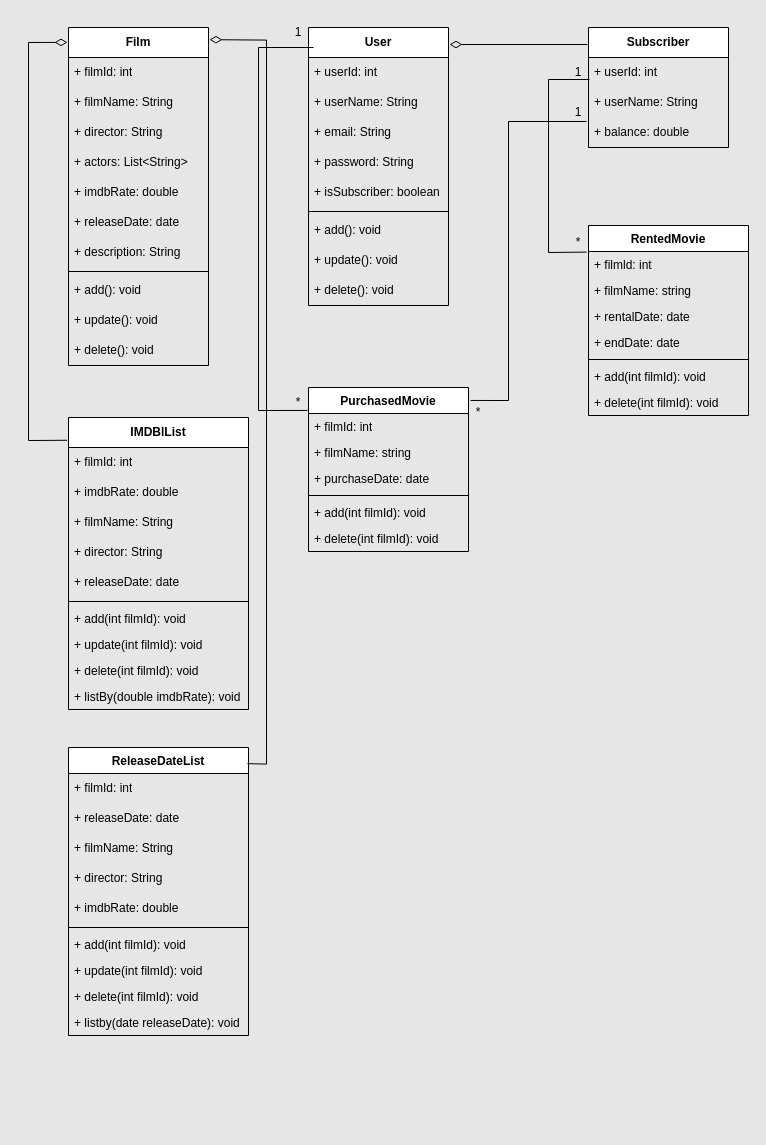
Gundogduu/javaIntro2022 keeps this draw.io diagram as OnlineFilmService.drawio. Above is the earlier version. Source tidied: cells renumbered, new cells numbered last; positions are measured from the earlier drawing's top-left corner, leaving out a move shared by most shapes. Both pictures are drawn from the tidied source at 100%, with x=0, y=0 at pixel (28, 17).
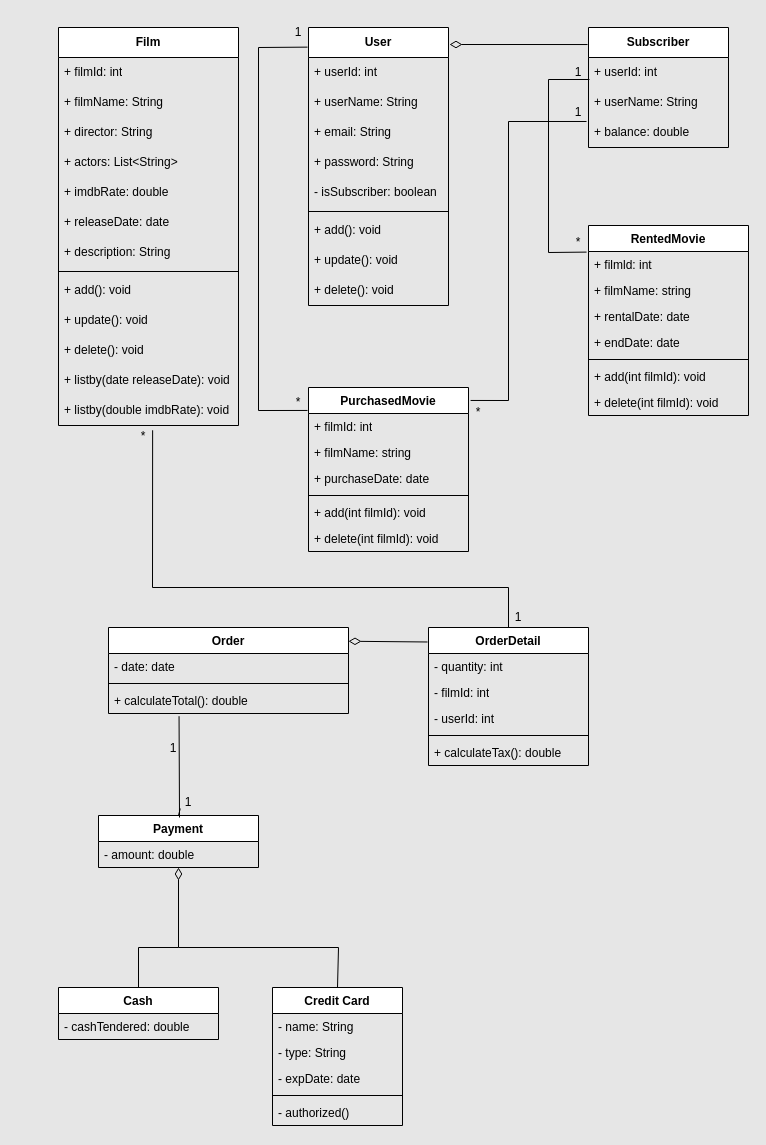
After the change.

Unchanged cells that the change refers to:
```xml
<mxCell id="2" value="&lt;b&gt;User&lt;/b&gt;" style="swimlane;fontStyle=0;horizontal=1;startSize=30;whiteSpace=wrap;html=1;" parent="1" vertex="1">
  <mxGeometry x="280" y="10" width="140" height="278" as="geometry" />
</mxCell>
<mxCell id="48" value="PurchasedMovie" style="swimlane;fontStyle=1;align=center;verticalAlign=top;horizontal=1;startSize=26;whiteSpace=wrap;html=1;" parent="1" vertex="1">
  <mxGeometry x="280" y="370" width="160" height="164" as="geometry" />
</mxCell>
<mxCell id="60" value="1" style="text;html=1;align=center;verticalAlign=middle;whiteSpace=wrap;rounded=0;" parent="1" vertex="1">
  <mxGeometry x="240" width="60" height="30" as="geometry" />
</mxCell>
```

The edit, as a diff of the source:
```diff
@@
-    <mxCell id="7" value="+ isSubscriber: boolean" style="text;strokeColor=none;fillColor=none;align=left;verticalAlign=middle;spacingLeft=4;spacingRight=4;overflow=hidden;whiteSpace=wrap;html=1;" parent="2" vertex="1">
+    <mxCell id="7" value="- isSubscriber: boolean" style="text;strokeColor=none;fillColor=none;align=left;verticalAlign=middle;spacingLeft=4;spacingRight=4;overflow=hidden;whiteSpace=wrap;html=1;" parent="2" vertex="1">
       <mxGeometry y="150" width="140" height="30" as="geometry" />
     </mxCell>
@@
     <mxCell id="17" value="&lt;b&gt;Film&lt;/b&gt;" style="swimlane;fontStyle=0;horizontal=1;startSize=30;whiteSpace=wrap;html=1;" parent="1" vertex="1">
-      <mxGeometry x="40" y="10" width="140" height="338" as="geometry" />
+      <mxGeometry x="30" y="10" width="180" height="398" as="geometry" />
     </mxCell>
     <mxCell id="18" value="+ filmId: int" style="text;strokeColor=none;fillColor=none;align=left;verticalAlign=middle;spacingLeft=4;spacingRight=4;overflow=hidden;whiteSpace=wrap;html=1;" parent="17" vertex="1">
-      <mxGeometry y="30" width="140" height="30" as="geometry" />
+      <mxGeometry y="30" width="180" height="30" as="geometry" />
     </mxCell>
     <mxCell id="19" value="+ filmName: String" style="text;strokeColor=none;fillColor=none;align=left;verticalAlign=middle;spacingLeft=4;spacingRight=4;overflow=hidden;whiteSpace=wrap;html=1;" parent="17" vertex="1">
-      <mxGeometry y="60" width="140" height="30" as="geometry" />
+      <mxGeometry y="60" width="180" height="30" as="geometry" />
     </mxCell>
     <mxCell id="20" value="+ director: String" style="text;strokeColor=none;fillColor=none;align=left;verticalAlign=middle;spacingLeft=4;spacingRight=4;overflow=hidden;whiteSpace=wrap;html=1;" parent="17" vertex="1">
-      <mxGeometry y="90" width="140" height="30" as="geometry" />
+      <mxGeometry y="90" width="180" height="30" as="geometry" />
     </mxCell>
     <mxCell id="21" value="+ actors: List&amp;lt;String&amp;gt;" style="text;strokeColor=none;fillColor=none;align=left;verticalAlign=middle;spacingLeft=4;spacingRight=4;overflow=hidden;whiteSpace=wrap;html=1;" parent="17" vertex="1">
-      <mxGeometry y="120" width="140" height="30" as="geometry" />
+      <mxGeometry y="120" width="180" height="30" as="geometry" />
     </mxCell>
     <mxCell id="22" value="+ imdbRate: double" style="text;strokeColor=none;fillColor=none;align=left;verticalAlign=middle;spacingLeft=4;spacingRight=4;overflow=hidden;whiteSpace=wrap;html=1;" parent="17" vertex="1">
-      <mxGeometry y="150" width="140" height="30" as="geometry" />
+      <mxGeometry y="150" width="180" height="30" as="geometry" />
     </mxCell>
     <mxCell id="23" value="+ releaseDate: date" style="text;strokeColor=none;fillColor=none;align=left;verticalAlign=middle;spacingLeft=4;spacingRight=4;overflow=hidden;whiteSpace=wrap;html=1;" parent="17" vertex="1">
-      <mxGeometry y="180" width="140" height="30" as="geometry" />
+      <mxGeometry y="180" width="180" height="30" as="geometry" />
     </mxCell>
     <mxCell id="24" value="+ description: String" style="text;strokeColor=none;fillColor=none;align=left;verticalAlign=middle;spacingLeft=4;spacingRight=4;overflow=hidden;whiteSpace=wrap;html=1;" parent="17" vertex="1">
-      <mxGeometry y="210" width="140" height="30" as="geometry" />
+      <mxGeometry y="210" width="180" height="30" as="geometry" />
     </mxCell>
     <mxCell id="25" style="line;strokeWidth=1;fillColor=none;align=left;verticalAlign=middle;spacingTop=-1;spacingLeft=3;spacingRight=3;labelPosition=right;strokeColor=inherit;" parent="17" vertex="1">
-      <mxGeometry y="240" width="140" height="8" as="geometry" />
+      <mxGeometry y="240" width="180" height="8" as="geometry" />
     </mxCell>
     <mxCell id="26" value="+ add(): void" style="text;strokeColor=none;fillColor=none;align=left;verticalAlign=middle;spacingLeft=4;spacingRight=4;overflow=hidden;whiteSpace=wrap;html=1;" parent="17" vertex="1">
-      <mxGeometry y="248" width="140" height="30" as="geometry" />
+      <mxGeometry y="248" width="180" height="30" as="geometry" />
     </mxCell>
     <mxCell id="27" value="+ update(): void" style="text;strokeColor=none;fillColor=none;align=left;verticalAlign=middle;spacingLeft=4;spacingRight=4;overflow=hidden;whiteSpace=wrap;html=1;" parent="17" vertex="1">
-      <mxGeometry y="278" width="140" height="30" as="geometry" />
+      <mxGeometry y="278" width="180" height="30" as="geometry" />
     </mxCell>
     <mxCell id="28" value="+ delete(): void" style="text;strokeColor=none;fillColor=none;align=left;verticalAlign=middle;spacingLeft=4;spacingRight=4;overflow=hidden;whiteSpace=wrap;html=1;" parent="17" vertex="1">
-      <mxGeometry y="308" width="140" height="30" as="geometry" />
+      <mxGeometry y="308" width="180" height="30" as="geometry" />
     </mxCell>
-    <mxCell id="29" value="&lt;b&gt;IMDBlList&lt;/b&gt;" style="swimlane;fontStyle=0;horizontal=1;startSize=30;whiteSpace=wrap;html=1;" parent="1" vertex="1">
-      <mxGeometry x="40" y="400" width="180" height="292" as="geometry" />
-    </mxCell>
-    <mxCell id="30" value="+ filmId: int" style="text;strokeColor=none;fillColor=none;align=left;verticalAlign=middle;spacingLeft=4;spacingRight=4;overflow=hidden;whiteSpace=wrap;html=1;" parent="29" vertex="1">
-      <mxGeometry y="30" width="180" height="30" as="geometry" />
-    </mxCell>
-    <mxCell id="31" value="+ imdbRate: double" style="text;strokeColor=none;fillColor=none;align=left;verticalAlign=middle;spacingLeft=4;spacingRight=4;overflow=hidden;whiteSpace=wrap;html=1;" parent="29" vertex="1">
-      <mxGeometry y="60" width="180" height="30" as="geometry" />
-    </mxCell>
-    <mxCell id="32" value="+ filmName: String" style="text;strokeColor=none;fillColor=none;align=left;verticalAlign=middle;spacingLeft=4;spacingRight=4;overflow=hidden;whiteSpace=wrap;html=1;" parent="29" vertex="1">
-      <mxGeometry y="90" width="180" height="30" as="geometry" />
-    </mxCell>
-    <mxCell id="33" value="+ director: String" style="text;strokeColor=none;fillColor=none;align=left;verticalAlign=middle;spacingLeft=4;spacingRight=4;overflow=hidden;whiteSpace=wrap;html=1;" parent="29" vertex="1">
-      <mxGeometry y="120" width="180" height="30" as="geometry" />
-    </mxCell>
-    <mxCell id="34" value="+ releaseDate: date" style="text;strokeColor=none;fillColor=none;align=left;verticalAlign=middle;spacingLeft=4;spacingRight=4;overflow=hidden;whiteSpace=wrap;html=1;" parent="29" vertex="1">
-      <mxGeometry y="150" width="180" height="30" as="geometry" />
-    </mxCell>
-    <mxCell id="35" style="line;strokeWidth=1;fillColor=none;align=left;verticalAlign=middle;spacingTop=-1;spacingLeft=3;spacingRight=3;labelPosition=right;strokeColor=inherit;" parent="29" vertex="1">
-      <mxGeometry y="180" width="180" height="8" as="geometry" />
-    </mxCell>
-    <mxCell id="36" value="+ add(int filmId): void" style="text;strokeColor=none;fillColor=none;align=left;verticalAlign=top;spacingLeft=4;spacingRight=4;overflow=hidden;whiteSpace=wrap;html=1;" parent="29" vertex="1">
-      <mxGeometry y="188" width="180" height="26" as="geometry" />
-    </mxCell>
-    <mxCell id="37" value="+ update(int filmId): void" style="text;strokeColor=none;fillColor=none;align=left;verticalAlign=top;spacingLeft=4;spacingRight=4;overflow=hidden;whiteSpace=wrap;html=1;" parent="29" vertex="1">
-      <mxGeometry y="214" width="180" height="26" as="geometry" />
-    </mxCell>
-    <mxCell id="38" value="+ delete(int filmId): void" style="text;strokeColor=none;fillColor=none;align=left;verticalAlign=top;spacingLeft=4;spacingRight=4;overflow=hidden;whiteSpace=wrap;html=1;" parent="29" vertex="1">
-      <mxGeometry y="240" width="180" height="26" as="geometry" />
-    </mxCell>
-    <mxCell id="39" value="+ listBy(double imdbRate): void" style="text;strokeColor=none;fillColor=none;align=left;verticalAlign=top;spacingLeft=4;spacingRight=4;overflow=hidden;whiteSpace=wrap;html=1;" parent="29" vertex="1">
-      <mxGeometry y="266" width="180" height="26" as="geometry" />
-    </mxCell>
+    <mxCell id="75" value="+ listby(date releaseDate): void" style="text;strokeColor=none;fillColor=none;align=left;verticalAlign=middle;spacingLeft=4;spacingRight=4;overflow=hidden;whiteSpace=wrap;html=1;" parent="17" vertex="1">
+      <mxGeometry y="338" width="180" height="30" as="geometry" />
+    </mxCell>
+    <mxCell id="77" value="+ listby(double imdbRate): void" style="text;strokeColor=none;fillColor=none;align=left;verticalAlign=middle;spacingLeft=4;spacingRight=4;overflow=hidden;points=[[0,0.5],[1,0.5]];portConstraint=eastwest;whiteSpace=wrap;html=1;" parent="17" vertex="1">
+      <mxGeometry y="368" width="180" height="30" as="geometry" />
+    </mxCell>
@@
-    <mxCell id="58" style="edgeStyle=none;jettySize=auto;html=1;rounded=0;exitX=-0.007;exitY=0.078;exitDx=0;exitDy=0;exitPerimeter=0;entryX=-0.007;entryY=0.044;entryDx=0;entryDy=0;entryPerimeter=0;endArrow=diamondThin;startFill=0;endFill=0;startSize=6;endSize=10;" parent="1" edge="1" source="29" target="17">
-      <mxGeometry relative="1" as="geometry">
-        <Array as="points">
-          <mxPoint y="423" />
-          <mxPoint y="25" />
-        </Array>
-      </mxGeometry>
-    </mxCell>
-    <mxCell id="59" style="edgeStyle=none;jettySize=auto;html=1;rounded=0;exitX=-0.006;exitY=0.14;exitDx=0;exitDy=0;exitPerimeter=0;entryX=0.75;entryY=1;entryDx=0;entryDy=0;endArrow=none;startFill=0;" parent="1" edge="1" source="48" target="60">
+    <mxCell id="59" style="edgeStyle=none;jettySize=auto;html=1;rounded=0;exitX=-0.006;exitY=0.14;exitDx=0;exitDy=0;exitPerimeter=0;entryX=0.651;entryY=0.988;entryDx=0;entryDy=0;endArrow=none;startFill=0;entryPerimeter=0;" parent="1" edge="1" source="48" target="60">
       <mxGeometry relative="1" as="geometry">
         <Array as="points">
           <mxPoint x="230" y="393" />
           <mxPoint x="230" y="30" />
         </Array>
       </mxGeometry>
     </mxCell>
@@
-    <mxCell id="65" value="ReleaseDateList" style="swimlane;fontStyle=1;align=center;verticalAlign=top;horizontal=1;startSize=26;whiteSpace=wrap;html=1;" parent="1" vertex="1">
-      <mxGeometry x="40" y="730" width="180" height="288" as="geometry" />
-    </mxCell>
-    <mxCell id="66" value="+ filmId: int" style="text;strokeColor=none;fillColor=none;align=left;verticalAlign=middle;spacingLeft=4;spacingRight=4;overflow=hidden;whiteSpace=wrap;html=1;" parent="65" vertex="1">
-      <mxGeometry y="26" width="180" height="30" as="geometry" />
-    </mxCell>
-    <mxCell id="67" value="+ releaseDate: date" style="text;strokeColor=none;fillColor=none;align=left;verticalAlign=middle;spacingLeft=4;spacingRight=4;overflow=hidden;whiteSpace=wrap;html=1;" parent="65" vertex="1">
-      <mxGeometry y="56" width="180" height="30" as="geometry" />
-    </mxCell>
-    <mxCell id="68" value="+ filmName: String" style="text;strokeColor=none;fillColor=none;align=left;verticalAlign=middle;spacingLeft=4;spacingRight=4;overflow=hidden;whiteSpace=wrap;html=1;" parent="65" vertex="1">
-      <mxGeometry y="86" width="180" height="30" as="geometry" />
-    </mxCell>
-    <mxCell id="69" value="+ director: String" style="text;strokeColor=none;fillColor=none;align=left;verticalAlign=middle;spacingLeft=4;spacingRight=4;overflow=hidden;whiteSpace=wrap;html=1;" parent="65" vertex="1">
-      <mxGeometry y="116" width="180" height="30" as="geometry" />
-    </mxCell>
-    <mxCell id="70" value="+ imdbRate: double" style="text;strokeColor=none;fillColor=none;align=left;verticalAlign=middle;spacingLeft=4;spacingRight=4;overflow=hidden;whiteSpace=wrap;html=1;" parent="65" vertex="1">
-      <mxGeometry y="146" width="180" height="30" as="geometry" />
-    </mxCell>
-    <mxCell id="71" style="line;strokeWidth=1;fillColor=none;align=left;verticalAlign=middle;spacingTop=-1;spacingLeft=3;spacingRight=3;labelPosition=right;strokeColor=inherit;" parent="65" vertex="1">
-      <mxGeometry y="176" width="180" height="8" as="geometry" />
-    </mxCell>
-    <mxCell id="72" value="+ add(int filmId): void" style="text;strokeColor=none;fillColor=none;align=left;verticalAlign=top;spacingLeft=4;spacingRight=4;overflow=hidden;whiteSpace=wrap;html=1;" parent="65" vertex="1">
-      <mxGeometry y="184" width="180" height="26" as="geometry" />
-    </mxCell>
-    <mxCell id="73" value="+ update(int filmId): void" style="text;strokeColor=none;fillColor=none;align=left;verticalAlign=top;spacingLeft=4;spacingRight=4;overflow=hidden;whiteSpace=wrap;html=1;" parent="65" vertex="1">
-      <mxGeometry y="210" width="180" height="26" as="geometry" />
-    </mxCell>
-    <mxCell id="74" value="+ delete(int filmId): void" style="text;strokeColor=none;fillColor=none;align=left;verticalAlign=top;spacingLeft=4;spacingRight=4;overflow=hidden;whiteSpace=wrap;html=1;" parent="65" vertex="1">
-      <mxGeometry y="236" width="180" height="26" as="geometry" />
-    </mxCell>
-    <mxCell id="75" value="+ listby(date releaseDate): void" style="text;strokeColor=none;fillColor=none;align=left;verticalAlign=top;spacingLeft=4;spacingRight=4;overflow=hidden;whiteSpace=wrap;html=1;" parent="65" vertex="1">
-      <mxGeometry y="262" width="180" height="26" as="geometry" />
-    </mxCell>
-    <mxCell id="76" style="edgeStyle=none;jettySize=auto;html=1;rounded=0;exitX=1.007;exitY=0.036;exitDx=0;exitDy=0;exitPerimeter=0;endArrow=none;startFill=0;startArrow=diamondThin;endSize=6;startSize=10;entryX=0.994;entryY=0.056;entryDx=0;entryDy=0;entryPerimeter=0;" parent="1" edge="1" source="17" target="65">
-      <mxGeometry relative="1" as="geometry">
-        <Array as="points">
-          <mxPoint x="238" y="22.6" />
-          <mxPoint x="238" y="746.6" />
-        </Array>
-      </mxGeometry>
-    </mxCell>
+    <mxCell id="78" value="Payment" style="swimlane;fontStyle=1;align=center;verticalAlign=top;horizontal=1;startSize=26;whiteSpace=wrap;html=1;" parent="1" vertex="1">
+      <mxGeometry x="70" y="798" width="160" height="52" as="geometry" />
+    </mxCell>
+    <mxCell id="79" value="- amount: double" style="text;strokeColor=none;fillColor=none;align=left;verticalAlign=top;spacingLeft=4;spacingRight=4;overflow=hidden;whiteSpace=wrap;html=1;" parent="78" vertex="1">
+      <mxGeometry y="26" width="160" height="26" as="geometry" />
+    </mxCell>
+    <mxCell id="80" value="Cash" style="swimlane;fontStyle=1;align=center;verticalAlign=top;horizontal=1;startSize=26;whiteSpace=wrap;html=1;" parent="1" vertex="1">
+      <mxGeometry x="30" y="970" width="160" height="52" as="geometry" />
+    </mxCell>
+    <mxCell id="81" value="- cashTendered: double" style="text;strokeColor=none;fillColor=none;align=left;verticalAlign=top;spacingLeft=4;spacingRight=4;overflow=hidden;whiteSpace=wrap;html=1;" parent="80" vertex="1">
+      <mxGeometry y="26" width="160" height="26" as="geometry" />
+    </mxCell>
+    <mxCell id="82" value="Credit Card" style="swimlane;fontStyle=1;align=center;verticalAlign=top;horizontal=1;startSize=26;whiteSpace=wrap;html=1;" parent="1" vertex="1">
+      <mxGeometry x="244" y="970" width="130" height="138" as="geometry" />
+    </mxCell>
+    <mxCell id="83" value="- name: String" style="text;strokeColor=none;fillColor=none;align=left;verticalAlign=top;spacingLeft=4;spacingRight=4;overflow=hidden;whiteSpace=wrap;html=1;" parent="82" vertex="1">
+      <mxGeometry y="26" width="130" height="26" as="geometry" />
+    </mxCell>
+    <mxCell id="84" value="- type: String" style="text;strokeColor=none;fillColor=none;align=left;verticalAlign=top;spacingLeft=4;spacingRight=4;overflow=hidden;whiteSpace=wrap;html=1;" parent="82" vertex="1">
+      <mxGeometry y="52" width="130" height="26" as="geometry" />
+    </mxCell>
+    <mxCell id="85" value="- expDate: date" style="text;strokeColor=none;fillColor=none;align=left;verticalAlign=top;spacingLeft=4;spacingRight=4;overflow=hidden;whiteSpace=wrap;html=1;" parent="82" vertex="1">
+      <mxGeometry y="78" width="130" height="26" as="geometry" />
+    </mxCell>
+    <mxCell id="86" style="line;strokeWidth=1;fillColor=none;align=left;verticalAlign=middle;spacingTop=-1;spacingLeft=3;spacingRight=3;labelPosition=right;strokeColor=inherit;" parent="82" vertex="1">
+      <mxGeometry y="104" width="130" height="8" as="geometry" />
+    </mxCell>
+    <mxCell id="87" value="- authorized()" style="text;strokeColor=none;fillColor=none;align=left;verticalAlign=top;spacingLeft=4;spacingRight=4;overflow=hidden;whiteSpace=wrap;html=1;" parent="82" vertex="1">
+      <mxGeometry y="112" width="130" height="26" as="geometry" />
+    </mxCell>
+    <mxCell id="88" style="edgeStyle=none;jettySize=auto;html=1;rounded=0;exitX=0.5;exitY=0;exitDx=0;exitDy=0;endArrow=none;startFill=0;" parent="1" edge="1" source="82">
+      <mxGeometry relative="1" as="geometry">
+        <mxPoint x="150" y="930" as="targetPoint" />
+        <Array as="points">
+          <mxPoint x="310" y="930" />
+        </Array>
+      </mxGeometry>
+    </mxCell>
+    <mxCell id="89" value="Order" style="swimlane;fontStyle=1;align=center;verticalAlign=top;horizontal=1;startSize=26;whiteSpace=wrap;html=1;" parent="1" vertex="1">
+      <mxGeometry x="80" y="610" width="240" height="86" as="geometry" />
+    </mxCell>
+    <mxCell id="90" value="- date: date" style="text;strokeColor=none;fillColor=none;align=left;verticalAlign=top;spacingLeft=4;spacingRight=4;overflow=hidden;whiteSpace=wrap;html=1;" parent="89" vertex="1">
+      <mxGeometry y="26" width="240" height="26" as="geometry" />
+    </mxCell>
+    <mxCell id="91" style="line;strokeWidth=1;fillColor=none;align=left;verticalAlign=middle;spacingTop=-1;spacingLeft=3;spacingRight=3;labelPosition=right;strokeColor=inherit;" parent="89" vertex="1">
+      <mxGeometry y="52" width="240" height="8" as="geometry" />
+    </mxCell>
+    <mxCell id="92" value="+ calculateTotal(): double" style="text;strokeColor=none;fillColor=none;align=left;verticalAlign=top;spacingLeft=4;spacingRight=4;overflow=hidden;points=[[0,0.5],[1,0.5]];portConstraint=eastwest;whiteSpace=wrap;html=1;" parent="89" vertex="1">
+      <mxGeometry y="60" width="240" height="26" as="geometry" />
+    </mxCell>
+    <mxCell id="93" style="edgeStyle=none;jettySize=auto;html=1;rounded=0;entryX=0.294;entryY=1.104;entryDx=0;entryDy=0;entryPerimeter=0;endArrow=none;startFill=0;" parent="1" edge="1" target="92">
+      <mxGeometry relative="1" as="geometry">
+        <mxPoint x="151" y="800" as="sourcePoint" />
+      </mxGeometry>
+    </mxCell>
+    <mxCell id="94" value="1" style="text;html=1;align=center;verticalAlign=middle;whiteSpace=wrap;rounded=0;" parent="1" vertex="1">
+      <mxGeometry x="120" y="722" width="50" height="18" as="geometry" />
+    </mxCell>
+    <mxCell id="95" style="edgeStyle=none;jettySize=auto;html=1;rounded=0;exitX=0.5;exitY=0;exitDx=0;exitDy=0;entryX=0.5;entryY=1;entryDx=0;entryDy=0;endArrow=diamondThin;startFill=0;endFill=0;endSize=10;" parent="1" edge="1" source="80" target="78">
+      <mxGeometry relative="1" as="geometry">
+        <Array as="points">
+          <mxPoint x="110" y="930" />
+          <mxPoint x="150" y="930" />
+        </Array>
+      </mxGeometry>
+    </mxCell>
+    <mxCell id="96" style="edgeStyle=none;jettySize=auto;html=1;rounded=0;exitX=0.5;exitY=0;exitDx=0;exitDy=0;entryX=0.294;entryY=1.104;entryDx=0;entryDy=0;entryPerimeter=0;endArrow=none;startFill=0;" parent="1" edge="1" source="78" target="97">
+      <mxGeometry relative="1" as="geometry" />
+    </mxCell>
+    <mxCell id="97" value="1" style="text;html=1;align=center;verticalAlign=middle;whiteSpace=wrap;rounded=0;" parent="1" vertex="1">
+      <mxGeometry x="140" y="780" width="40" height="10" as="geometry" />
+    </mxCell>
+    <mxCell id="98" value="OrderDetail" style="swimlane;fontStyle=1;align=center;verticalAlign=top;horizontal=1;startSize=26;whiteSpace=wrap;html=1;" parent="1" vertex="1">
+      <mxGeometry x="400" y="610" width="160" height="138" as="geometry" />
+    </mxCell>
+    <mxCell id="99" value="- quantity: int" style="text;strokeColor=none;fillColor=none;align=left;verticalAlign=top;spacingLeft=4;spacingRight=4;overflow=hidden;whiteSpace=wrap;html=1;" parent="98" vertex="1">
+      <mxGeometry y="26" width="160" height="26" as="geometry" />
+    </mxCell>
+    <mxCell id="100" value="- filmId: int" style="text;strokeColor=none;fillColor=none;align=left;verticalAlign=top;spacingLeft=4;spacingRight=4;overflow=hidden;whiteSpace=wrap;html=1;" parent="98" vertex="1">
+      <mxGeometry y="52" width="160" height="26" as="geometry" />
+    </mxCell>
+    <mxCell id="101" value="- userId: int" style="text;strokeColor=none;fillColor=none;align=left;verticalAlign=top;spacingLeft=4;spacingRight=4;overflow=hidden;whiteSpace=wrap;html=1;" parent="98" vertex="1">
+      <mxGeometry y="78" width="160" height="26" as="geometry" />
+    </mxCell>
+    <mxCell id="102" style="line;strokeWidth=1;fillColor=none;align=left;verticalAlign=middle;spacingTop=-1;spacingLeft=3;spacingRight=3;labelPosition=right;strokeColor=inherit;" parent="98" vertex="1">
+      <mxGeometry y="104" width="160" height="8" as="geometry" />
+    </mxCell>
+    <mxCell id="103" value="+ calculateTax(): double" style="text;strokeColor=none;fillColor=none;align=left;verticalAlign=top;spacingLeft=4;spacingRight=4;overflow=hidden;whiteSpace=wrap;html=1;" parent="98" vertex="1">
+      <mxGeometry y="112" width="160" height="26" as="geometry" />
+    </mxCell>
+    <mxCell id="104" style="edgeStyle=none;jettySize=auto;html=1;rounded=0;exitX=1;exitY=0.16;exitDx=0;exitDy=0;exitPerimeter=0;endArrow=none;startFill=0;startArrow=diamondThin;startSize=10;entryX=-0.006;entryY=0.105;entryDx=0;entryDy=0;entryPerimeter=0;" parent="1" edge="1" source="89" target="98">
+      <mxGeometry relative="1" as="geometry" />
+    </mxCell>
+    <mxCell id="105" style="edgeStyle=none;jettySize=auto;html=1;rounded=0;exitX=0.523;exitY=1.159;exitDx=0;exitDy=0;exitPerimeter=0;entryX=0.5;entryY=0;entryDx=0;entryDy=0;endArrow=none;startFill=0;" parent="1" edge="1" source="77" target="98">
+      <mxGeometry relative="1" as="geometry">
+        <Array as="points">
+          <mxPoint x="124" y="570" />
+          <mxPoint x="480" y="570" />
+        </Array>
+      </mxGeometry>
+    </mxCell>
+    <mxCell id="106" value="*" style="text;html=1;align=center;verticalAlign=middle;whiteSpace=wrap;rounded=0;" parent="1" vertex="1">
+      <mxGeometry x="90" y="408" width="50" height="22" as="geometry" />
+    </mxCell>
+    <mxCell id="107" value="1" style="text;html=1;align=center;verticalAlign=middle;whiteSpace=wrap;rounded=0;" parent="1" vertex="1">
+      <mxGeometry x="460" y="590" width="60" height="20" as="geometry" />
+    </mxCell>
```
